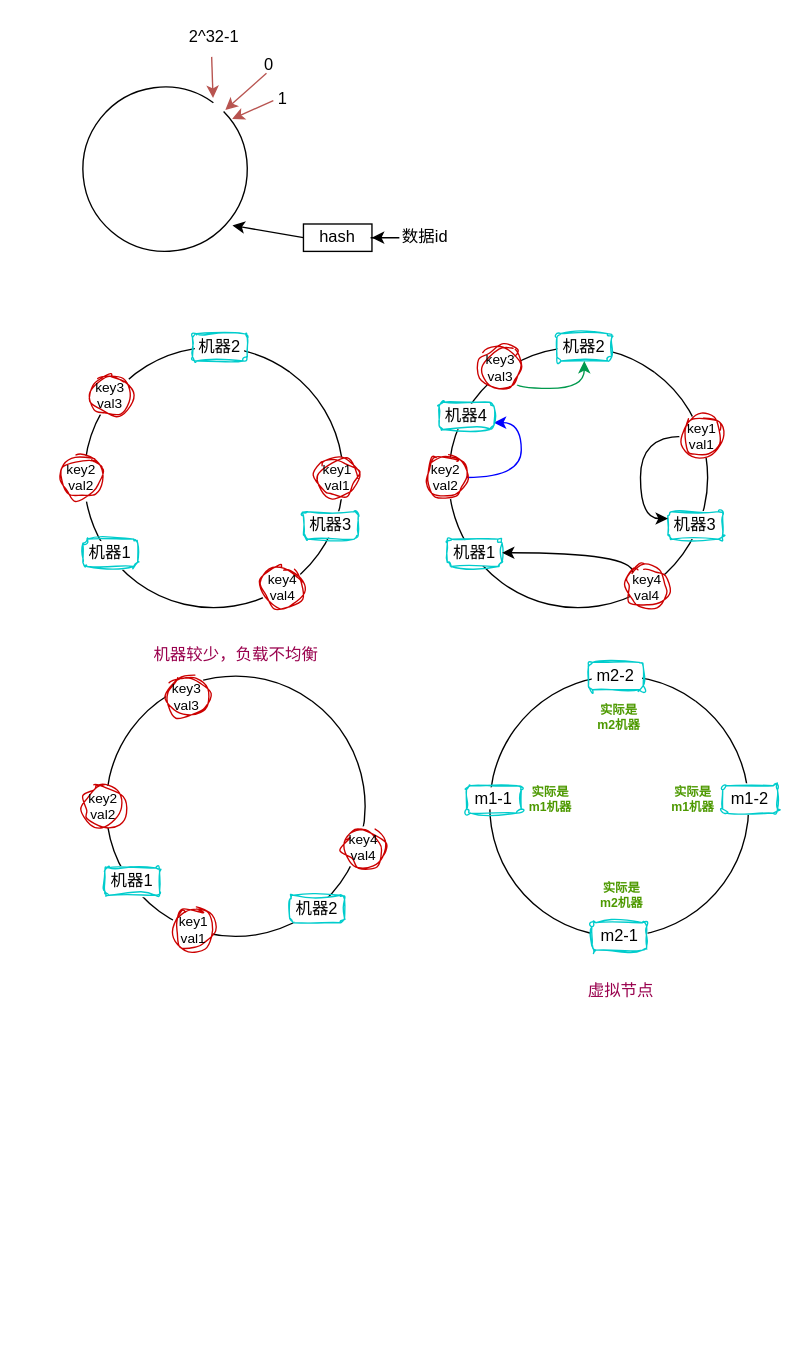
The draw.io diagram 一致性哈希.drawio in wsxzei/markdown-photos, before the edit. Source tidied: cells renumbered, new cells numbered last; positions are measured from the earlier drawing's top-left corner, leaving out a move shared by most shapes. Both pictures are drawn from the tidied source at 137%, with x=0, y=0 at pixel (60, 23).
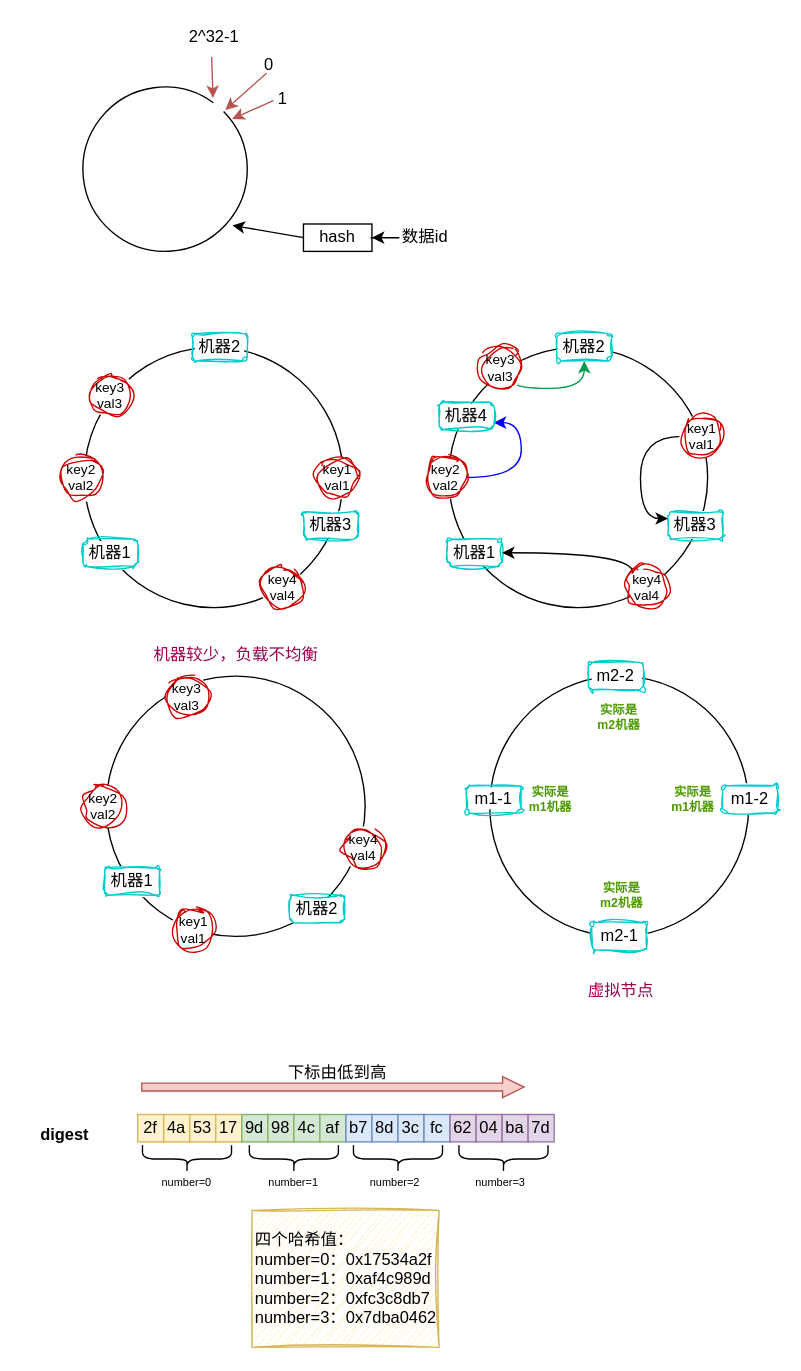
The same page after the edit.

Commit message:
更新一致性哈希.drawio

The edit, as a diff of the source:
```diff
@@
+    <mxCell id="52" value="2f" style="rounded=0;whiteSpace=wrap;html=1;fillColor=#fff2cc;strokeColor=#d6b656;" parent="1" vertex="1">
+      <mxGeometry x="56" y="796" width="19" height="20" as="geometry" />
+    </mxCell>
+    <mxCell id="53" value="4a" style="rounded=0;whiteSpace=wrap;html=1;fillColor=#fff2cc;strokeColor=#d6b656;" parent="1" vertex="1">
+      <mxGeometry x="75" y="796" width="19" height="20" as="geometry" />
+    </mxCell>
+    <mxCell id="54" value="53" style="rounded=0;whiteSpace=wrap;html=1;fillColor=#fff2cc;strokeColor=#d6b656;" parent="1" vertex="1">
+      <mxGeometry x="94" y="796" width="19" height="20" as="geometry" />
+    </mxCell>
+    <mxCell id="55" value="17" style="rounded=0;whiteSpace=wrap;html=1;fillColor=#fff2cc;strokeColor=#d6b656;" parent="1" vertex="1">
+      <mxGeometry x="113" y="796" width="19" height="20" as="geometry" />
+    </mxCell>
+    <mxCell id="56" value="9d" style="rounded=0;whiteSpace=wrap;html=1;fillColor=#d5e8d4;strokeColor=#82b366;" parent="1" vertex="1">
+      <mxGeometry x="132" y="796" width="19" height="20" as="geometry" />
+    </mxCell>
+    <mxCell id="57" value="98" style="rounded=0;whiteSpace=wrap;html=1;fillColor=#d5e8d4;strokeColor=#82b366;" parent="1" vertex="1">
+      <mxGeometry x="151" y="796" width="19" height="20" as="geometry" />
+    </mxCell>
+    <mxCell id="58" value="4c" style="rounded=0;whiteSpace=wrap;html=1;fillColor=#d5e8d4;strokeColor=#82b366;" parent="1" vertex="1">
+      <mxGeometry x="170" y="796" width="19" height="20" as="geometry" />
+    </mxCell>
+    <mxCell id="59" value="af" style="rounded=0;whiteSpace=wrap;html=1;fillColor=#d5e8d4;strokeColor=#82b366;" parent="1" vertex="1">
+      <mxGeometry x="189" y="796" width="19" height="20" as="geometry" />
+    </mxCell>
+    <mxCell id="60" value="b7" style="rounded=0;whiteSpace=wrap;html=1;fillColor=#dae8fc;strokeColor=#6c8ebf;" parent="1" vertex="1">
+      <mxGeometry x="208" y="796" width="19" height="20" as="geometry" />
+    </mxCell>
+    <mxCell id="61" value="8d" style="rounded=0;whiteSpace=wrap;html=1;fillColor=#dae8fc;strokeColor=#6c8ebf;" parent="1" vertex="1">
+      <mxGeometry x="227" y="796" width="19" height="20" as="geometry" />
+    </mxCell>
+    <mxCell id="62" value="3c" style="rounded=0;whiteSpace=wrap;html=1;fillColor=#dae8fc;strokeColor=#6c8ebf;" parent="1" vertex="1">
+      <mxGeometry x="246" y="796" width="19" height="20" as="geometry" />
+    </mxCell>
+    <mxCell id="63" value="fc" style="rounded=0;whiteSpace=wrap;html=1;fillColor=#dae8fc;strokeColor=#6c8ebf;" parent="1" vertex="1">
+      <mxGeometry x="265" y="796" width="19" height="20" as="geometry" />
+    </mxCell>
+    <mxCell id="64" value="62" style="rounded=0;whiteSpace=wrap;html=1;fillColor=#e1d5e7;strokeColor=#9673a6;" parent="1" vertex="1">
+      <mxGeometry x="284" y="796" width="19" height="20" as="geometry" />
+    </mxCell>
+    <mxCell id="65" value="04" style="rounded=0;whiteSpace=wrap;html=1;fillColor=#e1d5e7;strokeColor=#9673a6;" parent="1" vertex="1">
+      <mxGeometry x="303" y="796" width="19" height="20" as="geometry" />
+    </mxCell>
+    <mxCell id="66" value="ba" style="rounded=0;whiteSpace=wrap;html=1;fillColor=#e1d5e7;strokeColor=#9673a6;" parent="1" vertex="1">
+      <mxGeometry x="322" y="796" width="19" height="20" as="geometry" />
+    </mxCell>
+    <mxCell id="67" value="7d" style="rounded=0;whiteSpace=wrap;html=1;fillColor=#e1d5e7;strokeColor=#9673a6;" parent="1" vertex="1">
+      <mxGeometry x="341" y="796" width="19" height="20" as="geometry" />
+    </mxCell>
+    <mxCell id="68" style="shape=flexArrow;endArrow=classic;html=1;rounded=0;width=5.714285714285714;endSize=4.885714285714285;endWidth=8.707482993197278;fillColor=#f8cecc;strokeColor=#b85450;" parent="1" edge="1">
+      <mxGeometry relative="1" as="geometry">
+        <mxPoint x="58.5" y="776" as="sourcePoint" />
+        <mxPoint x="338.5" y="776" as="targetPoint" />
+      </mxGeometry>
+    </mxCell>
+    <mxCell id="69" value="下标由低到高" style="text;html=1;align=center;verticalAlign=middle;whiteSpace=wrap;rounded=0;" parent="1" vertex="1">
+      <mxGeometry x="127" y="756" width="150" height="20" as="geometry" />
+    </mxCell>
+    <mxCell id="70" style="shape=curlyBracket;whiteSpace=wrap;html=1;rounded=1;flipH=1;labelPosition=right;verticalLabelPosition=middle;align=left;verticalAlign=middle;rotation=90;" parent="1" vertex="1">
+      <mxGeometry x="82" y="796" width="20" height="65" as="geometry" />
+    </mxCell>
+    <mxCell id="71" value="number=0" style="text;html=1;align=center;verticalAlign=middle;whiteSpace=wrap;rounded=0;fontSize=8;" parent="1" vertex="1">
+      <mxGeometry x="65" y="836" width="54" height="20" as="geometry" />
+    </mxCell>
+    <mxCell id="72" style="shape=curlyBracket;whiteSpace=wrap;html=1;rounded=1;flipH=1;labelPosition=right;verticalLabelPosition=middle;align=left;verticalAlign=middle;rotation=90;" parent="1" vertex="1">
+      <mxGeometry x="160" y="796" width="20" height="65" as="geometry" />
+    </mxCell>
+    <mxCell id="73" value="number=1" style="text;html=1;align=center;verticalAlign=middle;whiteSpace=wrap;rounded=0;fontSize=8;" parent="1" vertex="1">
+      <mxGeometry x="142.5" y="836" width="54" height="20" as="geometry" />
+    </mxCell>
+    <mxCell id="74" style="shape=curlyBracket;whiteSpace=wrap;html=1;rounded=1;flipH=1;labelPosition=right;verticalLabelPosition=middle;align=left;verticalAlign=middle;rotation=90;" parent="1" vertex="1">
+      <mxGeometry x="236" y="796" width="20" height="65" as="geometry" />
+    </mxCell>
+    <mxCell id="75" value="number=2" style="text;html=1;align=center;verticalAlign=middle;whiteSpace=wrap;rounded=0;fontSize=8;" parent="1" vertex="1">
+      <mxGeometry x="217" y="836" width="54" height="20" as="geometry" />
+    </mxCell>
+    <mxCell id="76" style="shape=curlyBracket;whiteSpace=wrap;html=1;rounded=1;flipH=1;labelPosition=right;verticalLabelPosition=middle;align=left;verticalAlign=middle;rotation=90;" parent="1" vertex="1">
+      <mxGeometry x="313" y="796" width="20" height="65" as="geometry" />
+    </mxCell>
+    <mxCell id="77" value="number=3" style="text;html=1;align=center;verticalAlign=middle;whiteSpace=wrap;rounded=0;fontSize=8;" parent="1" vertex="1">
+      <mxGeometry x="294" y="836" width="54" height="20" as="geometry" />
+    </mxCell>
+    <mxCell id="78" value="四个哈希值：&lt;div&gt;number=0：0x17534a2f&lt;/div&gt;&lt;div&gt;number=1：0xaf4c989d&lt;/div&gt;&lt;div&gt;number=2：0xfc3c8db7&lt;/div&gt;&lt;div&gt;number=3：0x7dba0462&lt;/div&gt;" style="text;html=1;align=left;verticalAlign=middle;whiteSpace=wrap;rounded=0;sketch=1;curveFitting=1;jiggle=2;fillColor=#fff2cc;strokeColor=#d6b656;" parent="1" vertex="1">
+      <mxGeometry x="139.5" y="866" width="136.5" height="100" as="geometry" />
+    </mxCell>
+    <mxCell id="79" value="digest" style="text;html=1;align=center;verticalAlign=middle;whiteSpace=wrap;rounded=0;fontStyle=1;" parent="1" vertex="1">
+      <mxGeometry x="-27" y="796" width="60" height="30" as="geometry" />
+    </mxCell>
```
